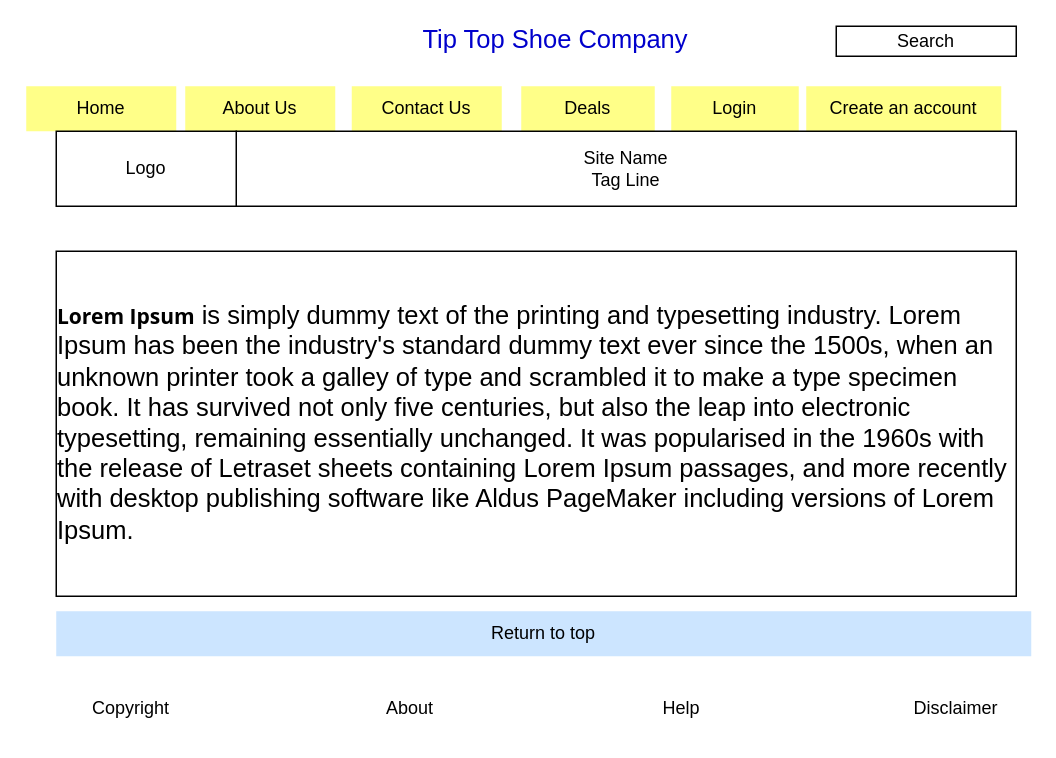
Before: Wireframe02aboutus.drawio in ElingO/test, a draw.io diagram. Source tidied: cells renumbered, new cells numbered last; positions are measured from the earlier drawing's top-left corner, leaving out a move shared by most shapes. Both pictures are drawn from the tidied source at 150%, with x=0, y=0 at pixel (26, 26).
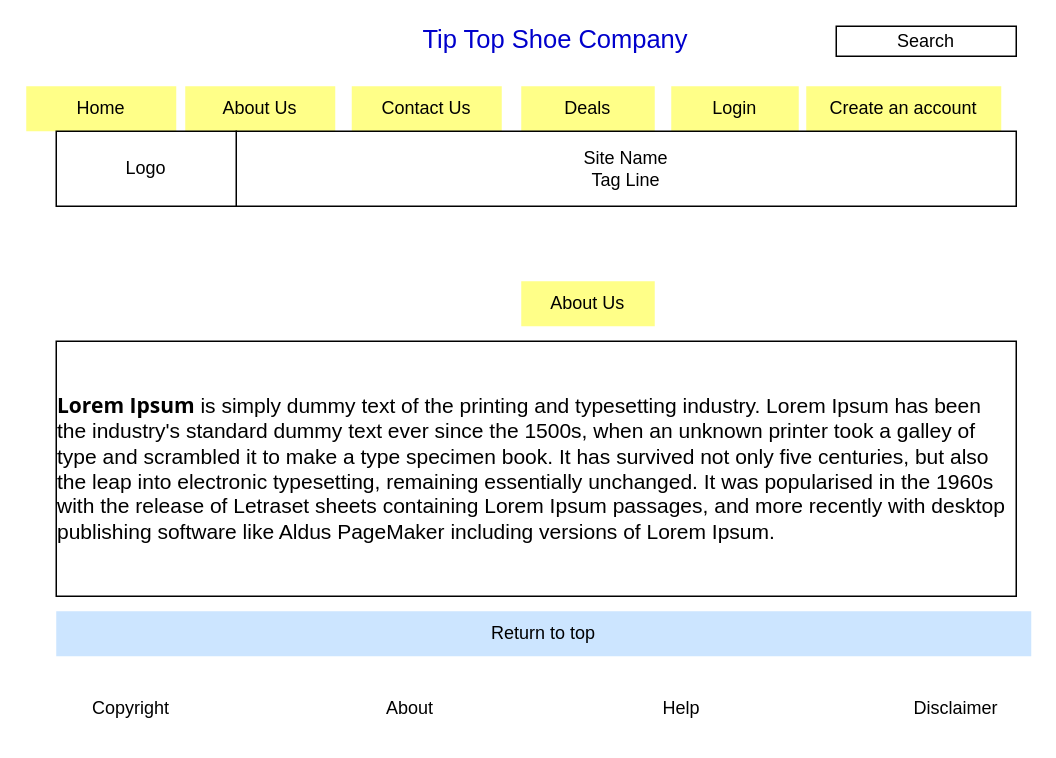
Above is the later version.

The edit, as a diff of the source:
```diff
@@
 <mxGraphModel>
   <root>
     <mxCell id="0" />
     <mxCell id="1" parent="0" />
     <mxCell id="2" value="Search" style="rounded=0;whiteSpace=wrap;html=1;" parent="1" vertex="1">
       <mxGeometry x="540" width="120" height="20" as="geometry" />
     </mxCell>
     <mxCell id="3" value="Home" style="rounded=0;whiteSpace=wrap;html=1;strokeColor=none;fillColor=#ffff88;" parent="1" vertex="1">
       <mxGeometry y="40" width="100" height="30" as="geometry" />
     </mxCell>
     <mxCell id="4" value="About Us" style="rounded=0;whiteSpace=wrap;html=1;strokeColor=none;fillColor=#ffff88;" parent="1" vertex="1">
       <mxGeometry x="106" y="40" width="100" height="30" as="geometry" />
     </mxCell>
     <mxCell id="5" value="Contact Us" style="rounded=0;whiteSpace=wrap;html=1;strokeColor=none;fillColor=#ffff88;" parent="1" vertex="1">
       <mxGeometry x="217" y="40" width="100" height="30" as="geometry" />
     </mxCell>
     <mxCell id="6" value="Deals" style="rounded=0;whiteSpace=wrap;html=1;strokeColor=none;fillColor=#ffff88;" parent="1" vertex="1">
       <mxGeometry x="330" y="40" width="89" height="30" as="geometry" />
     </mxCell>
     <mxCell id="7" value="Login" style="rounded=0;whiteSpace=wrap;html=1;strokeColor=none;fillColor=#ffff88;" parent="1" vertex="1">
       <mxGeometry x="430" y="40" width="85" height="30" as="geometry" />
     </mxCell>
     <mxCell id="8" value="Create an account" style="rounded=0;whiteSpace=wrap;html=1;strokeColor=none;fillColor=#ffff88;" parent="1" vertex="1">
       <mxGeometry x="520" y="40" width="130" height="30" as="geometry" />
     </mxCell>
     <mxCell id="9" value="Site Name&lt;br&gt;Tag Line" style="rounded=0;whiteSpace=wrap;html=1;" parent="1" vertex="1">
       <mxGeometry x="140" y="70" width="520" height="50" as="geometry" />
     </mxCell>
     <mxCell id="10" value="Logo" style="rounded=0;whiteSpace=wrap;html=1;" parent="1" vertex="1">
       <mxGeometry x="20" y="70" width="120" height="50" as="geometry" />
     </mxCell>
     <mxCell id="11" value="Return to top" style="rounded=0;whiteSpace=wrap;html=1;strokeColor=none;fillColor=#cce5ff;" parent="1" vertex="1">
       <mxGeometry x="20" y="390" width="650" height="30" as="geometry" />
     </mxCell>
     <mxCell id="12" value="Copyright" style="rounded=0;whiteSpace=wrap;html=1;strokeColor=none;" parent="1" vertex="1">
       <mxGeometry x="20" y="440" width="100" height="30" as="geometry" />
     </mxCell>
     <mxCell id="13" value="About" style="rounded=0;whiteSpace=wrap;html=1;strokeColor=none;" parent="1" vertex="1">
       <mxGeometry x="206" y="440" width="100" height="30" as="geometry" />
     </mxCell>
     <mxCell id="14" value="Help" style="rounded=0;whiteSpace=wrap;html=1;strokeColor=none;" parent="1" vertex="1">
       <mxGeometry x="387" y="440" width="100" height="30" as="geometry" />
     </mxCell>
     <mxCell id="15" value="Disclaimer" style="rounded=0;whiteSpace=wrap;html=1;strokeColor=none;" parent="1" vertex="1">
       <mxGeometry x="570" y="440" width="100" height="30" as="geometry" />
     </mxCell>
     <mxCell id="16" value="Tip Top Shoe Company" style="rounded=0;whiteSpace=wrap;html=1;strokeColor=none;fontColor=#0000CC;fontSize=17;" parent="1" vertex="1">
       <mxGeometry x="248.5" width="207.5" height="20" as="geometry" />
     </mxCell>
-    <mxCell id="17" value="&lt;div style=&quot;text-align: left;&quot;&gt;&lt;font color=&quot;#000000&quot;&gt;&lt;strong style=&quot;margin: 0px; padding: 0px; font-family: &amp;quot;Open Sans&amp;quot;, Arial, sans-serif; font-size: 14px; text-align: justify; background-color: rgb(255, 255, 255);&quot;&gt;Lorem Ipsum&lt;/strong&gt;&lt;span style=&quot;background-color: initial;&quot;&gt;&amp;nbsp;&lt;/span&gt;&lt;span style=&quot;background-color: initial;&quot;&gt;is simply dummy text of the printing and typesetting industry. Lorem Ipsum has been the industry's standard dummy text ever since the 1500s, when an unknown printer took a galley of type and scrambled it to make a type specimen book. It has survived not only five centuries, but also the leap into electronic typesetting, remaining essentially unchanged. It was popularised in the 1960s with the release of Letraset sheets containing Lorem Ipsum passages, and more recently with desktop publishing software like Aldus PageMaker including versions of Lorem Ipsum.&lt;/span&gt;&lt;/font&gt;&lt;/div&gt;" style="rounded=0;whiteSpace=wrap;html=1;fontSize=17;fontColor=#0000CC;" parent="1" vertex="1">
-      <mxGeometry x="20" y="150" width="640" height="230" as="geometry" />
+    <mxCell id="17" value="&lt;div style=&quot;text-align: left; font-size: 14px;&quot;&gt;&lt;font style=&quot;font-size: 14px;&quot; color=&quot;#000000&quot;&gt;&lt;strong style=&quot;margin: 0px; padding: 0px; font-family: &amp;quot;Open Sans&amp;quot;, Arial, sans-serif; text-align: justify; background-color: rgb(255, 255, 255);&quot;&gt;Lorem Ipsum&lt;/strong&gt;&lt;span style=&quot;background-color: initial;&quot;&gt;&amp;nbsp;&lt;/span&gt;&lt;span style=&quot;background-color: initial;&quot;&gt;is simply dummy text of the printing and typesetting industry. Lorem Ipsum has been the industry's standard dummy text ever since the 1500s, when an unknown printer took a galley of type and scrambled it to make a type specimen book. It has survived not only five centuries, but also the leap into electronic typesetting, remaining essentially unchanged. It was popularised in the 1960s with the release of Letraset sheets containing Lorem Ipsum passages, and more recently with desktop publishing software like Aldus PageMaker including versions of Lorem Ipsum.&lt;/span&gt;&lt;/font&gt;&lt;/div&gt;" style="rounded=0;whiteSpace=wrap;html=1;fontSize=17;fontColor=#0000CC;" parent="1" vertex="1">
+      <mxGeometry x="20" y="210" width="640" height="170" as="geometry" />
     </mxCell>
+    <mxCell id="18" value="About Us" style="rounded=0;whiteSpace=wrap;html=1;strokeColor=none;fillColor=#ffff88;" parent="1" vertex="1">
+      <mxGeometry x="330" y="170" width="89" height="30" as="geometry" />
+    </mxCell>
   </root>
 </mxGraphModel>
```
